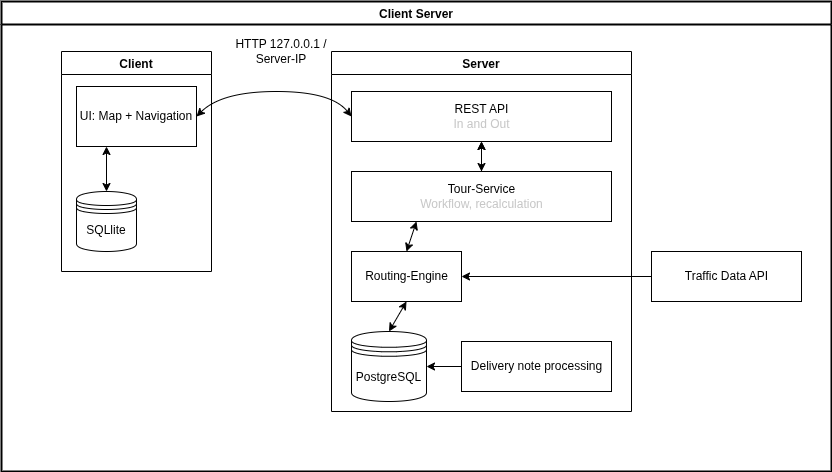
Before: docs/architecture/data-architecture.drawio.png, a diagram exported from draw.io (gabrielbindi/VoBi-Tour). Source tidied: cells renumbered, new cells last; positions are measured from the earlier drawing's top-left corner, leaving out a move shared by most shapes. Its diagram source:
```xml
<mxGraphModel background="#ffffff">
  <root>
    <mxCell id="0" />
    <mxCell id="1" parent="0" />
    <mxCell id="2" value="Client Server" style="swimlane;rounded=0;strokeWidth=2;swimlaneLine=1;strokeColor=#000000;" parent="1" vertex="1">
      <mxGeometry width="830" height="470" as="geometry" />
    </mxCell>
    <mxCell id="3" value="Server" style="swimlane;strokeColor=#000000;" parent="2" vertex="1">
      <mxGeometry x="330" y="50" width="300" height="360" as="geometry" />
    </mxCell>
    <mxCell id="4" value="REST API&lt;br&gt;&lt;font color=&quot;#c7c7c7&quot;&gt;In and Out&lt;/font&gt;" style="html=1;" parent="3" vertex="1">
      <mxGeometry x="20" y="40" width="260" height="50" as="geometry" />
    </mxCell>
    <mxCell id="5" value="Routing-Engine" style="html=1;" parent="3" vertex="1">
      <mxGeometry x="20" y="200" width="110" height="50" as="geometry" />
    </mxCell>
    <mxCell id="6" value="Delivery note processing" style="html=1;" parent="3" vertex="1">
      <mxGeometry x="130" y="290" width="150" height="50" as="geometry" />
    </mxCell>
    <mxCell id="7" style="endArrow=classic;html=1;entryX=1;entryY=0.5;entryDx=0;entryDy=0;strokeColor=#000000;exitX=0;exitY=0.5;exitDx=0;exitDy=0;" parent="3" edge="1" source="6" target="8">
      <mxGeometry relative="1" as="geometry" />
    </mxCell>
    <mxCell id="8" value="PostgreSQL" style="shape=datastore;whiteSpace=wrap;html=1;" parent="3" vertex="1">
      <mxGeometry x="20" y="280" width="75" height="70" as="geometry" />
    </mxCell>
    <mxCell id="9" style="endArrow=classic;startArrow=classic;html=1;entryX=0.5;entryY=1;entryDx=0;entryDy=0;exitX=0.5;exitY=0;exitDx=0;exitDy=0;strokeColor=#000000;" parent="3" edge="1" source="8" target="5">
      <mxGeometry relative="1" as="geometry" />
    </mxCell>
    <mxCell id="10" style="edgeStyle=none;html=1;fontColor=#C7C7C7;" parent="3" edge="1" source="11" target="4">
      <mxGeometry relative="1" as="geometry" />
    </mxCell>
    <mxCell id="11" value="Tour-Service&lt;br&gt;&lt;font color=&quot;#c7c7c7&quot;&gt;Workflow, recalculation&lt;/font&gt;" style="html=1;" parent="3" vertex="1">
      <mxGeometry x="20" y="120" width="260" height="50" as="geometry" />
    </mxCell>
    <mxCell id="12" style="endArrow=classic;startArrow=classic;html=1;strokeColor=#000000;fontColor=#C7C7C7;entryX=0.25;entryY=1;entryDx=0;entryDy=0;exitX=0.5;exitY=0;exitDx=0;exitDy=0;" parent="3" edge="1" source="5" target="11">
      <mxGeometry relative="1" as="geometry" />
    </mxCell>
    <mxCell id="13" style="endArrow=classic;startArrow=classic;html=1;strokeColor=#000000;fontColor=#C7C7C7;entryX=0.5;entryY=1;entryDx=0;entryDy=0;exitX=0.5;exitY=0;exitDx=0;exitDy=0;" parent="3" edge="1" source="11" target="4">
      <mxGeometry relative="1" as="geometry" />
    </mxCell>
    <mxCell id="14" value="Client" style="swimlane;strokeColor=#000000;" parent="2" vertex="1">
      <mxGeometry x="60" y="50" width="150" height="220" as="geometry" />
    </mxCell>
    <mxCell id="15" value="UI: Map + Navigation" style="rounded=0;whiteSpace=wrap;html=1;" parent="14" vertex="1">
      <mxGeometry x="15" y="35" width="120" height="60" as="geometry" />
    </mxCell>
    <mxCell id="16" value="SQLlite" style="shape=datastore;whiteSpace=wrap;html=1;" parent="14" vertex="1">
      <mxGeometry x="15" y="140" width="60" height="60" as="geometry" />
    </mxCell>
    <mxCell id="17" style="endArrow=classic;startArrow=classic;html=1;exitX=0.5;exitY=0;exitDx=0;exitDy=0;entryX=0.25;entryY=1;entryDx=0;entryDy=0;strokeColor=#000000;" parent="14" edge="1" source="16" target="15">
      <mxGeometry relative="1" as="geometry" />
    </mxCell>
    <mxCell id="18" style="curved=1;endArrow=classic;html=1;exitX=0;exitY=0.5;exitDx=0;exitDy=0;entryX=1;entryY=0.5;entryDx=0;entryDy=0;strokeColor=#000000;endFill=1;startArrow=classic;startFill=1;" parent="2" edge="1" source="4" target="15">
      <mxGeometry x="0.12" y="-7.13" relative="1" as="geometry">
        <Array as="points">
          <mxPoint x="330" y="90" />
          <mxPoint x="220" y="90" />
        </Array>
      </mxGeometry>
    </mxCell>
    <mxCell id="19" value="&lt;font color=&quot;#000000&quot;&gt;HTTP 127.0.0.1 / Server-IP&lt;/font&gt;" style="text;html=1;align=center;verticalAlign=middle;whiteSpace=wrap;rounded=0;" parent="2" vertex="1">
      <mxGeometry x="220" y="20" width="120" height="60" as="geometry" />
    </mxCell>
    <mxCell id="20" value="Traffic Data API" style="html=1;" parent="2" vertex="1">
      <mxGeometry x="650" y="250" width="150" height="50" as="geometry" />
    </mxCell>
    <mxCell id="21" style="endArrow=classic;html=1;entryX=1;entryY=0.5;entryDx=0;entryDy=0;strokeColor=#000000;exitX=0;exitY=0.5;exitDx=0;exitDy=0;" parent="2" edge="1" source="20" target="5">
      <mxGeometry relative="1" as="geometry" />
    </mxCell>
  </root>
</mxGraphModel>
```
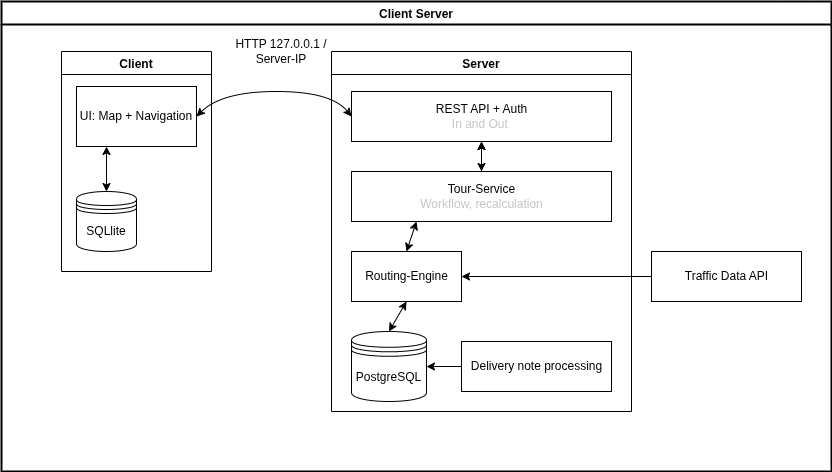
Later version of the same file.

Commit message:
#18 Authentication set into rest api

The edit, as a diff of the source:
```diff
@@ -8,7 +8,7 @@
     <mxCell id="3" value="Server" style="swimlane;strokeColor=#000000;" parent="2" vertex="1">
       <mxGeometry x="330" y="50" width="300" height="360" as="geometry" />
     </mxCell>
-    <mxCell id="4" value="REST API&lt;br&gt;&lt;font color=&quot;#c7c7c7&quot;&gt;In and Out&lt;/font&gt;" style="html=1;" parent="3" vertex="1">
+    <mxCell id="4" value="REST API + Auth&lt;br&gt;&lt;font color=&quot;#c7c7c7&quot;&gt;In and Out&amp;nbsp;&lt;/font&gt;" style="html=1;" parent="3" vertex="1">
       <mxGeometry x="20" y="40" width="260" height="50" as="geometry" />
     </mxCell>
     <mxCell id="5" value="Routing-Engine" style="html=1;" parent="3" vertex="1">
```
